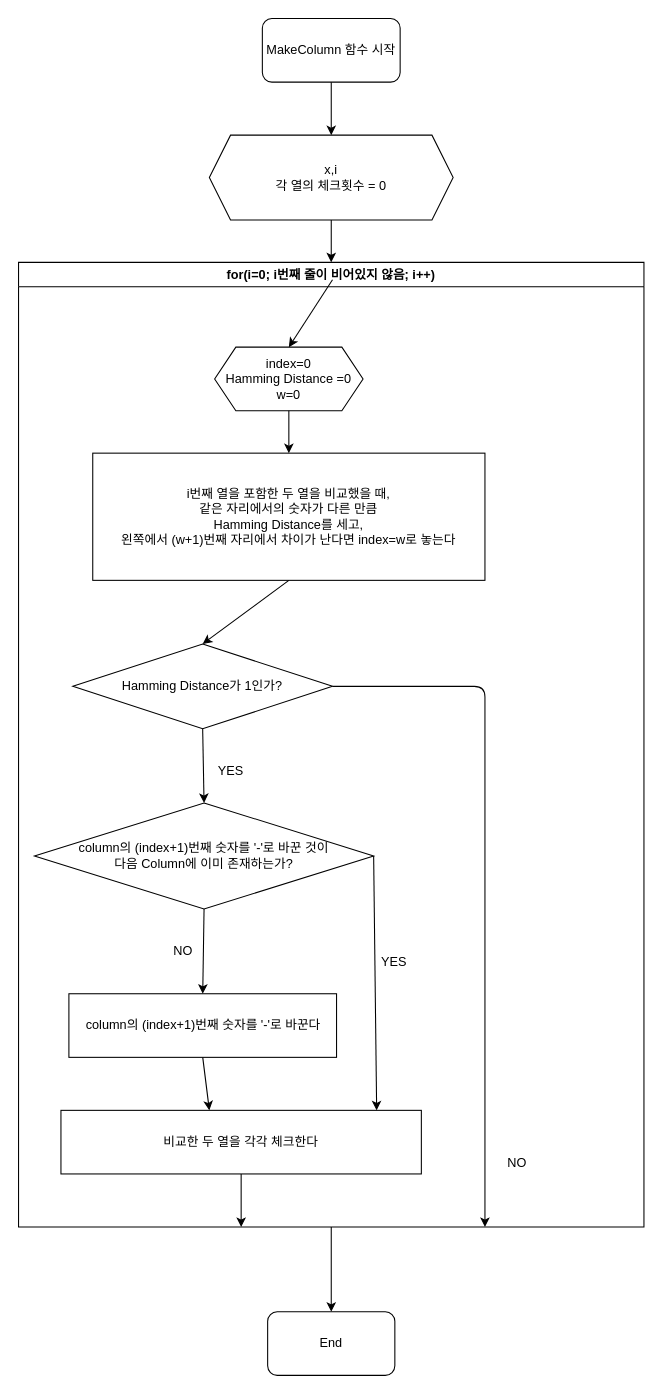
Above: MakeColumn.drawio in aaron-rev/QuinMc_C2Plus (draw.io), before the change. Source tidied: cells renumbered, new cells numbered last; positions are measured from the earlier drawing's top-left corner, leaving out a move shared by most shapes. Both pictures are drawn from the tidied source at 106%, with x=0, y=0 at pixel (18, 18).
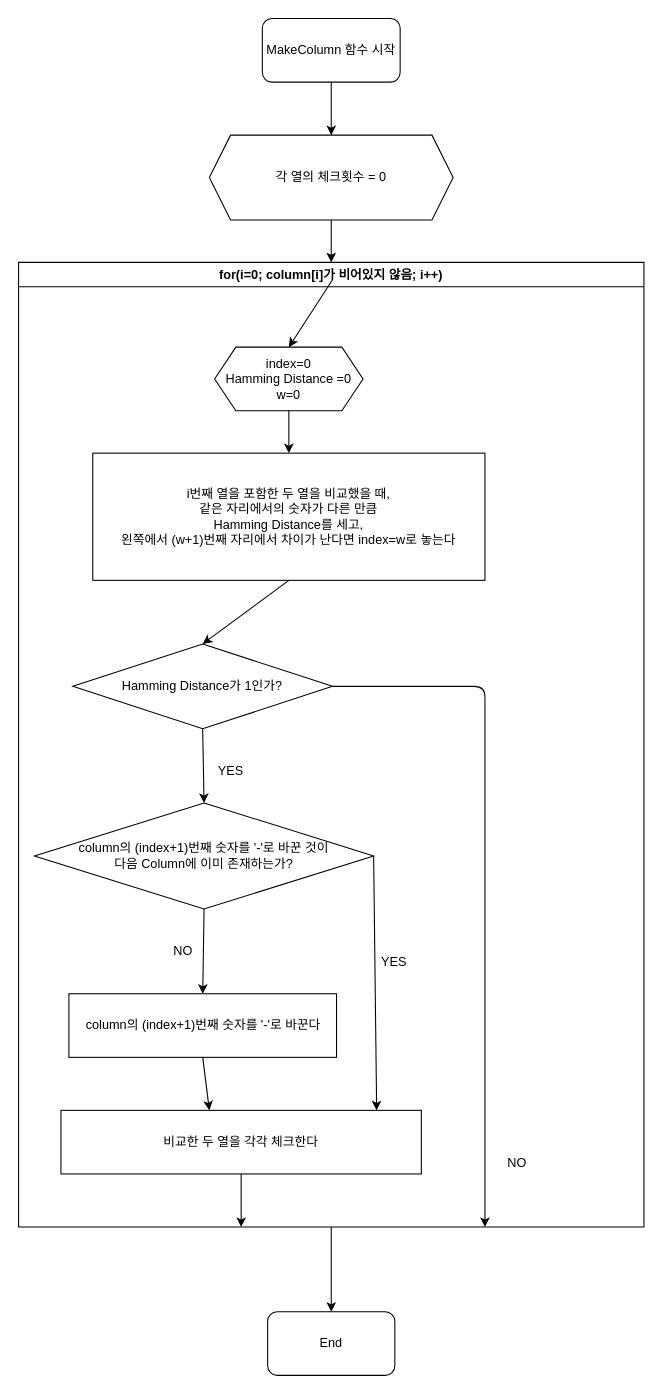
Above is the later version.

Diff of the diagram source:
```diff
@@
-    <mxCell id="4" value="x,i&lt;br&gt;각 열의 체크횟수 = 0" style="shape=hexagon;perimeter=hexagonPerimeter2;whiteSpace=wrap;html=1;fixedSize=1;" parent="1" vertex="1">
+    <mxCell id="4" value="각 열의 체크횟수 = 0" style="shape=hexagon;perimeter=hexagonPerimeter2;whiteSpace=wrap;html=1;fixedSize=1;" parent="1" vertex="1">
       <mxGeometry x="180" y="110" width="230" height="80" as="geometry" />
     </mxCell>
@@
-    <mxCell id="6" value="for(i=0; i번째 줄이 비어있지 않음; i++)" style="swimlane;" parent="1" vertex="1">
+    <mxCell id="6" value="for(i=0; column[i]가 비어있지 않음; i++)" style="swimlane;" parent="1" vertex="1">
       <mxGeometry y="230" width="590" height="910" as="geometry" />
     </mxCell>
```
